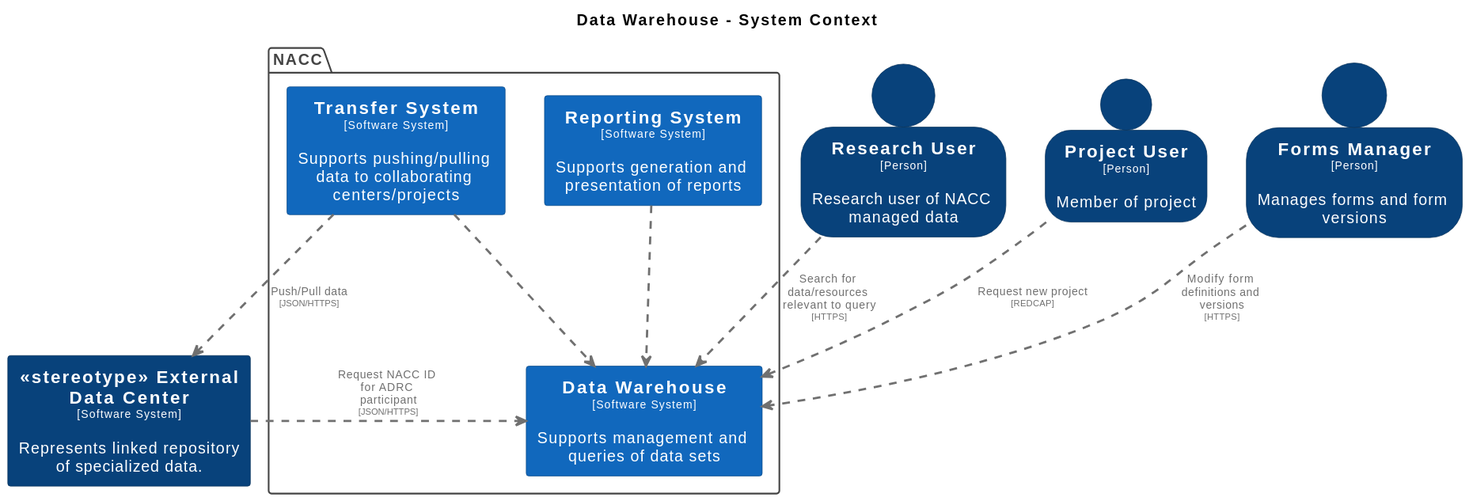
The PlantUML diagram docs/images/structurizr-WarehouseContext.svg in naccdata/system-design, before a commit.
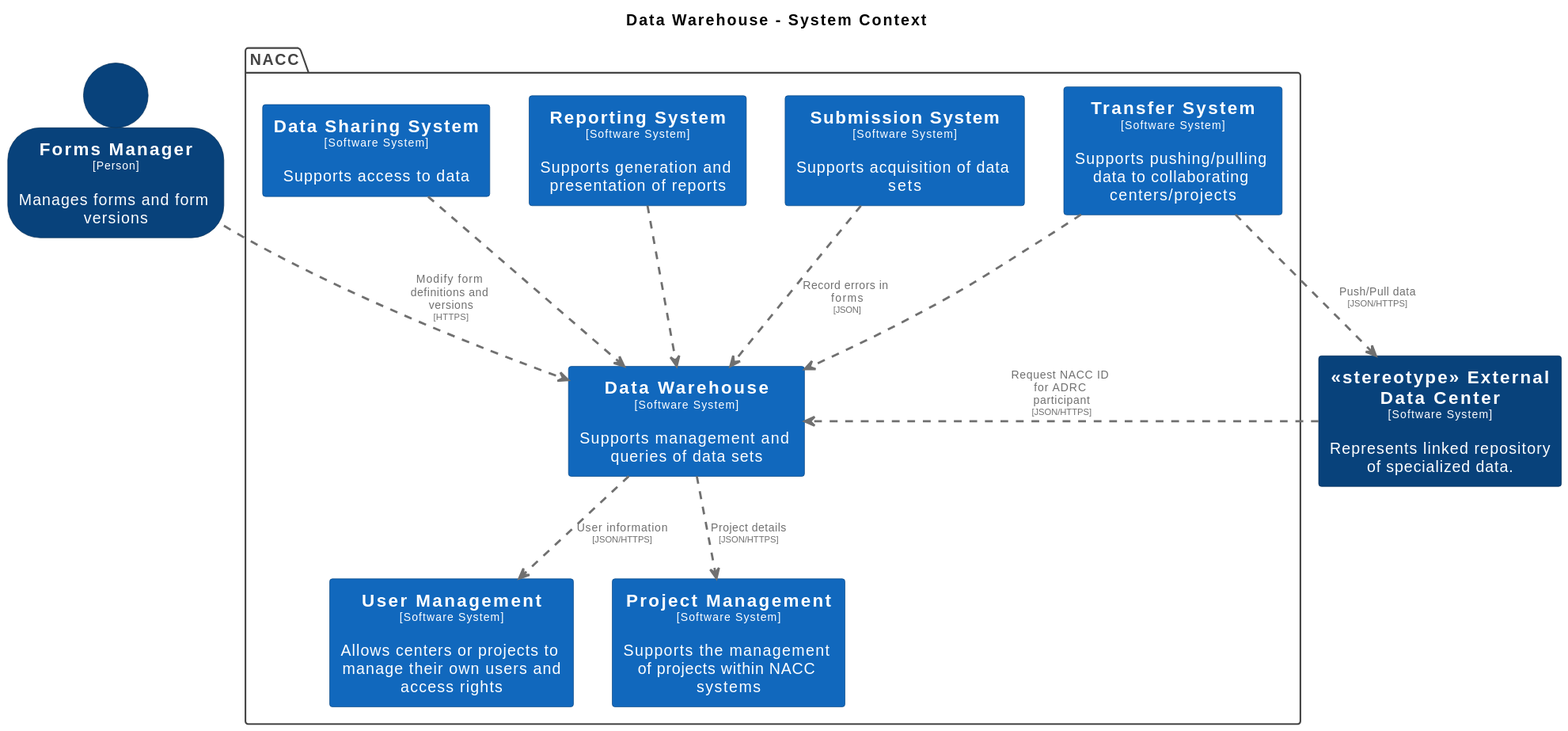
After the change.

Change to the diagram source:
```diff
@@ -18,6 +18,11 @@
   FontColor #ffffff
   BorderColor #052e56
 }
+skinparam rectangle<<DataSharingSystem>> {
+  BackgroundColor #1168bd
+  FontColor #ffffff
+  BorderColor #0b4884
+}
 skinparam rectangle<<DataWarehouse>> {
   BackgroundColor #1168bd
   FontColor #ffffff
@@ -28,22 +33,27 @@
   FontColor #ffffff
   BorderColor #052e56
 }
-skinparam person<<ProjectUser>> {
-  BackgroundColor #08427b
+skinparam rectangle<<ProjectManagement>> {
+  BackgroundColor #1168bd
   FontColor #ffffff
-  BorderColor #052e56
+  BorderColor #0b4884
 }
 skinparam rectangle<<ReportingSystem>> {
   BackgroundColor #1168bd
   FontColor #ffffff
   BorderColor #0b4884
 }
-skinparam person<<ResearchUser>> {
-  BackgroundColor #08427b
+skinparam rectangle<<SubmissionSystem>> {
+  BackgroundColor #1168bd
   FontColor #ffffff
-  BorderColor #052e56
+  BorderColor #0b4884
 }
 skinparam rectangle<<TransferSystem>> {
+  BackgroundColor #1168bd
+  FontColor #ffffff
+  BorderColor #0b4884
+}
+skinparam rectangle<<UserManagement>> {
   BackgroundColor #1168bd
   FontColor #ffffff
   BorderColor #0b4884
@@ -54,20 +64,24 @@
   skinparam PackageFontColor<<enterprise>> #444444
 
   rectangle "==Data Warehouse\n<size:10>[Software System]</size>\n\nSupports management and queries of data sets" <<DataWarehouse>> as DataWarehouse
+  rectangle "==User Management\n<size:10>[Software System]</size>\n\nAllows centers or projects to manage their own users and access rights" <<UserManagement>> as UserManagement
+  rectangle "==Submission System\n<size:10>[Software System]</size>\n\nSupports acquisition of data sets" <<SubmissionSystem>> as SubmissionSystem
+  rectangle "==Project Management\n<size:10>[Software System]</size>\n\nSupports the management of projects within NACC systems" <<ProjectManagement>> as ProjectManagement
   rectangle "==Transfer System\n<size:10>[Software System]</size>\n\nSupports pushing/pulling data to collaborating centers/projects" <<TransferSystem>> as TransferSystem
   rectangle "==Reporting System\n<size:10>[Software System]</size>\n\nSupports generation and presentation of reports" <<ReportingSystem>> as ReportingSystem
+  rectangle "==Data Sharing System\n<size:10>[Software System]</size>\n\nSupports access to data" <<DataSharingSystem>> as DataSharingSystem
 }
 
 person "==Forms Manager\n<size:10>[Person]</size>\n\nManages forms and form versions" <<FormsManager>> as FormsManager
-person "==Research User\n<size:10>[Person]</size>\n\nResearch user of NACC managed data" <<ResearchUser>> as ResearchUser
 rectangle "==<<stereotype>> External Data Center\n<size:10>[Software System]</size>\n\nRepresents linked repository of specialized data." <<stereotypeExternalDataCenter>> as stereotypeExternalDataCenter
-person "==Project User\n<size:10>[Person]</size>\n\nMember of project" <<ProjectUser>> as ProjectUser
 
+DataSharingSystem .[#707070,thickness=2].> DataWarehouse : "<color:#707070>"
 FormsManager .[#707070,thickness=2].> DataWarehouse : "<color:#707070>Modify form definitions and versions\n<color:#707070><size:8>[HTTPS]</size>"
-ResearchUser .[#707070,thickness=2].> DataWarehouse : "<color:#707070>Search for data/resources relevant to query\n<color:#707070><size:8>[HTTPS]</size>"
 stereotypeExternalDataCenter .[#707070,thickness=2].> DataWarehouse : "<color:#707070>Request NACC ID for ADRC participant\n<color:#707070><size:8>[JSON/HTTPS]</size>"
 TransferSystem .[#707070,thickness=2].> stereotypeExternalDataCenter : "<color:#707070>Push/Pull data\n<color:#707070><size:8>[JSON/HTTPS]</size>"
+DataWarehouse .[#707070,thickness=2].> UserManagement : "<color:#707070>User information\n<color:#707070><size:8>[JSON/HTTPS]</size>"
+DataWarehouse .[#707070,thickness=2].> ProjectManagement : "<color:#707070>Project details\n<color:#707070><size:8>[JSON/HTTPS]</size>"
+SubmissionSystem .[#707070,thickness=2].> DataWarehouse : "<color:#707070>Record errors in forms\n<color:#707070><size:8>[JSON]</size>"
 TransferSystem .[#707070,thickness=2].> DataWarehouse : "<color:#707070>"
 ReportingSystem .[#707070,thickness=2].> DataWarehouse : "<color:#707070>"
-ProjectUser .[#707070,thickness=2].> DataWarehouse : "<color:#707070>Request new project\n<color:#707070><size:8>[REDCAP]</size>"
 @enduml
```
